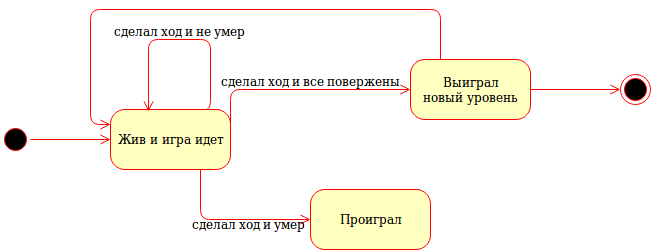
Earlier version of the draw.io export hw06/StatesDiagram.png (RamSaw/SoftwareDesign). Source tidied: cells renumbered, new cells last; positions are measured from the earlier drawing's top-left corner, leaving out a move shared by most shapes.
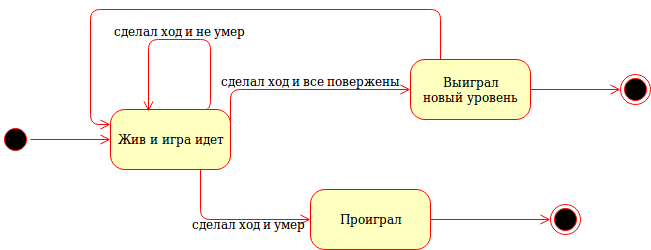
Later version of the same file.

What changed in the source:
```diff
@@ -69,5 +69,11 @@
     <mxCell id="15" style="edgeStyle=orthogonalEdgeStyle;html=1;labelBackgroundColor=none;endArrow=open;endSize=8;strokeColor=#ff0000;fontFamily=Verdana;fontSize=12;align=left;entryX=0;entryY=0.5;entryDx=0;entryDy=0;exitX=1;exitY=0.5;exitDx=0;exitDy=0;" parent="1" edge="1" source="12" target="14">
       <mxGeometry relative="1" as="geometry" />
     </mxCell>
+    <mxCell id="16" style="ellipse;html=1;shape=endState;fillColor=#000000;strokeColor=#ff0000;" parent="1" vertex="1">
+      <mxGeometry x="550" y="195" width="30" height="30" as="geometry" />
+    </mxCell>
+    <mxCell id="17" style="edgeStyle=orthogonalEdgeStyle;html=1;labelBackgroundColor=none;endArrow=open;endSize=8;strokeColor=#ff0000;fontFamily=Verdana;fontSize=12;align=left;exitX=1;exitY=0.5;exitDx=0;exitDy=0;entryX=0;entryY=0.5;entryDx=0;entryDy=0;" parent="1" edge="1" source="4" target="16">
+      <mxGeometry relative="1" as="geometry" />
+    </mxCell>
   </root>
 </mxGraphModel>
```
